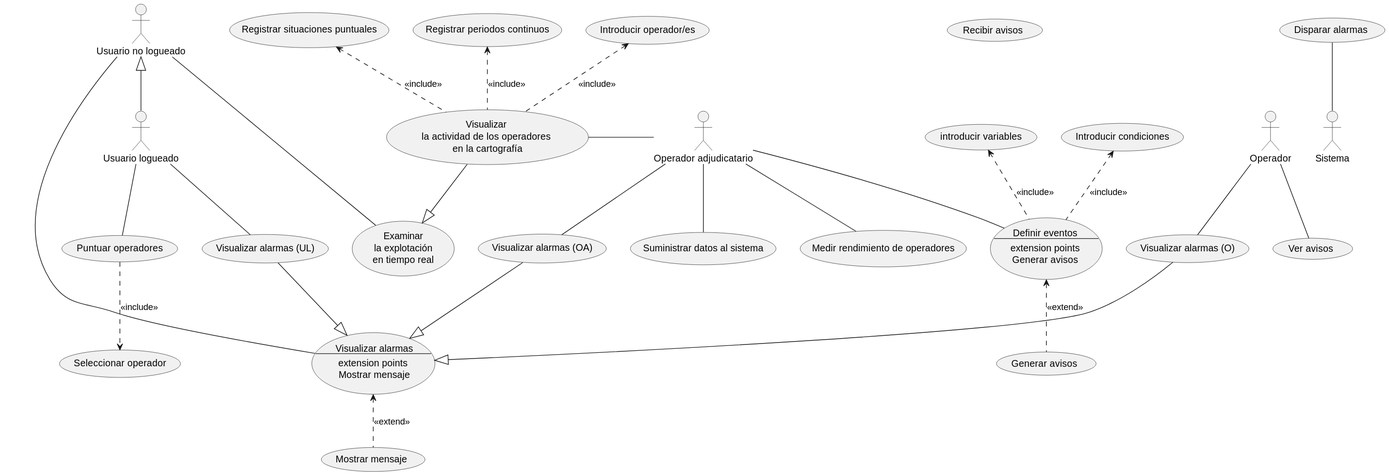
Earlier version of the PlantUML export out/Proyecto/source/SMET/Sistema de informacion.svg (cgg734/INRE-UAL-MORADO-2022-2023).
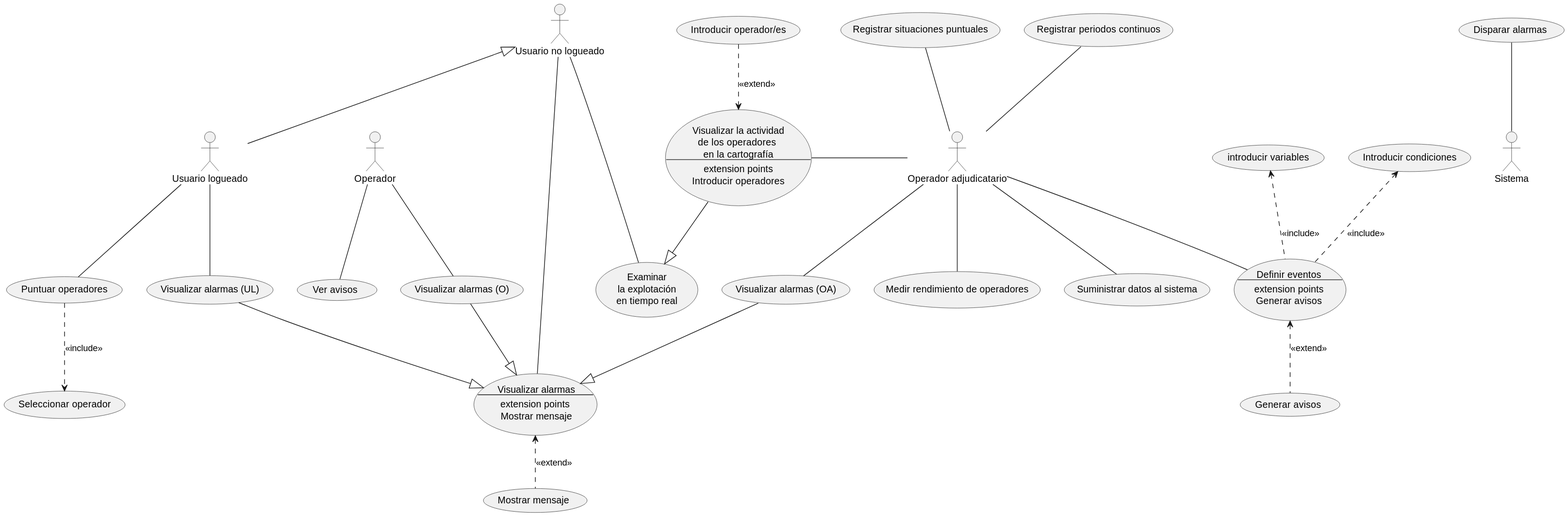
After the change.

Change to the diagram source:
```diff
@@ -3,10 +3,16 @@
 actor Operador
 actor UR as "Usuario logueado"
 actor UNR as "Usuario no logueado"
-usecase (Visualizar \nla actividad de los operadores \nen la cartografía) as VisualAct
+usecase VisualAct as "Visualizar la actividad
+de los operadores
+en la cartografía
+--
+extension points
+Introducir operadores
+"
 OA-left-VisualAct
-(Registrar situaciones puntuales)<..VisualAct : <<include>>
-(Registrar periodos continuos)<..VisualAct : <<include>>
+(Registrar situaciones puntuales)--OA
+(Registrar periodos continuos)--OA
 usecase (Visualizar alarmas UR) as "Visualizar alarmas (UL)"
 usecase (Visualizar alarmas OA) as "Visualizar alarmas (OA)"
 usecase (Visualizar alarmas O) as "Visualizar alarmas (O)"
@@ -14,7 +20,7 @@
 --
 extension points
 Mostrar mensaje"
-usecase (Recibir avisos)
+
 usecase DE as "Definir eventos
 --
 extension points
@@ -37,7 +43,7 @@
 DE<..GA : <<extend>>
 UNR--EX
 VisualAct--|>EX
-(Introducir operador/es)<..VisualAct : <<include>>
+(Introducir operador/es)..>VisualAct : <<extend>>
 UNR-right-VA
 UNR<|--UR
 (Disparar alarmas)--Sistema
```
